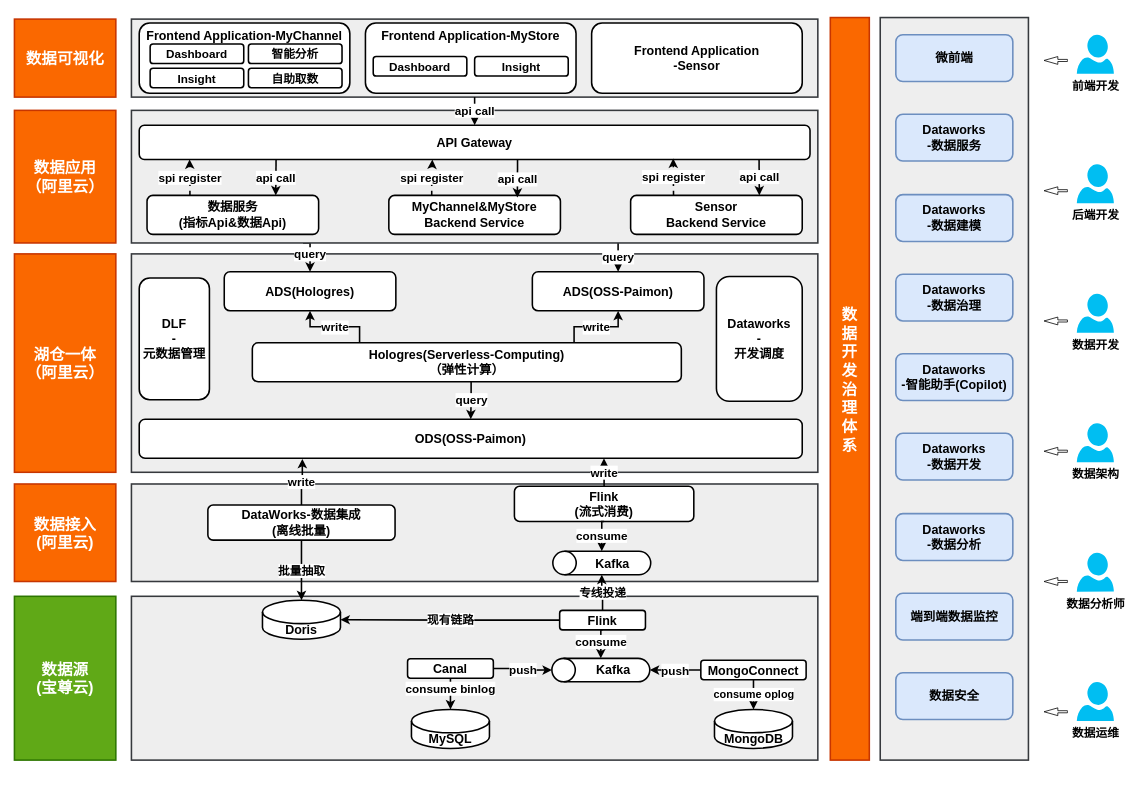
Before: page "Apple-future-architecture-batch" (13 of 18) of indicator-platform.drawio in jackie-thank/beego-authz, a draw.io diagram. Source tidied: cells renumbered, new cells numbered last; positions are measured from the earlier drawing's top-left corner, leaving out a move shared by most shapes. Both pictures are drawn from the tidied source at 78%, with x=0, y=0 at pixel (14, 17).
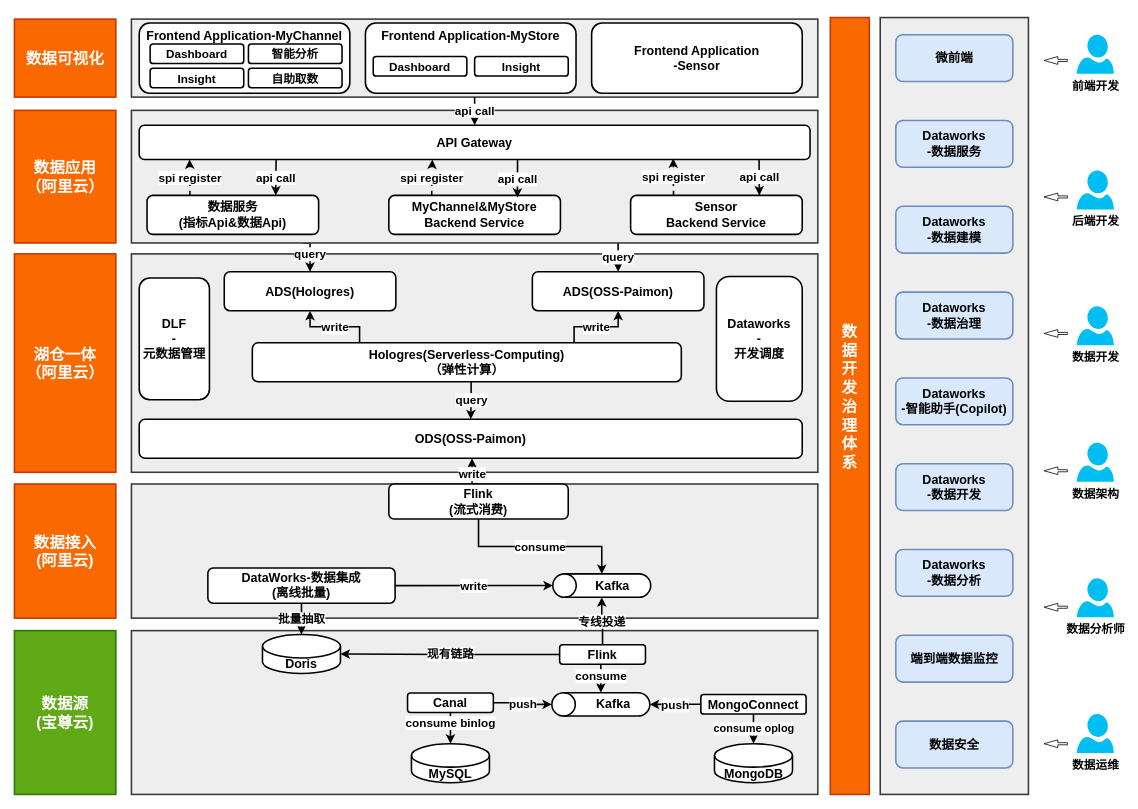
Above is the later version.

Unchanged cells that the change refers to:
```xml
<mxCell id="6" value="&lt;div&gt;ODS(OSS-Paimon)&lt;/div&gt;" style="rounded=1;whiteSpace=wrap;html=1;strokeWidth=2;fontSize=16;fontStyle=1;" parent="1" vertex="1">
  <mxGeometry x="160" y="515" width="850" height="50" as="geometry" />
</mxCell>
```

What changed in the source:
```diff
@@
     <mxCell id="2" style="rounded=0;whiteSpace=wrap;html=1;strokeWidth=2;fillColor=#eeeeee;strokeColor=#36393d;" parent="1" vertex="1">
-      <mxGeometry x="1110" width="190" height="952" as="geometry" />
+      <mxGeometry x="1110" width="190" height="996" as="geometry" />
     </mxCell>
@@
     <mxCell id="4" style="rounded=0;whiteSpace=wrap;html=1;strokeWidth=2;fillColor=#eeeeee;strokeColor=#36393d;" parent="1" vertex="1">
-      <mxGeometry x="150" y="742" width="880" height="210" as="geometry" />
+      <mxGeometry x="150" y="786" width="880" height="210" as="geometry" />
     </mxCell>
@@
     <mxCell id="8" value="&lt;div style=&quot;font-size: 20px;&quot;&gt;数据源&lt;/div&gt;&lt;div style=&quot;font-size: 20px;&quot;&gt;(宝尊云)&lt;br style=&quot;font-size: 20px;&quot;&gt;&lt;/div&gt;" style="rounded=0;whiteSpace=wrap;html=1;strokeWidth=2;fontStyle=1;fontSize=20;fillColor=#60a917;fontColor=#ffffff;strokeColor=#2D7600;" parent="1" vertex="1">
-      <mxGeometry y="742" width="130" height="210" as="geometry" />
+      <mxGeometry y="786" width="130" height="210" as="geometry" />
     </mxCell>
     <mxCell id="9" value="&lt;div style=&quot;font-size: 20px;&quot;&gt;数据接入&lt;/div&gt;&lt;div style=&quot;font-size: 20px;&quot;&gt;(阿里云)&lt;br&gt;&lt;/div&gt;" style="rounded=0;whiteSpace=wrap;html=1;strokeWidth=2;fontStyle=1;fontSize=20;fillColor=#fa6800;fontColor=#FFFFFF;strokeColor=#C73500;" parent="1" vertex="1">
-      <mxGeometry y="598" width="130" height="125" as="geometry" />
+      <mxGeometry y="598" width="130" height="172" as="geometry" />
     </mxCell>
@@
     <mxCell id="16" style="rounded=0;whiteSpace=wrap;html=1;strokeWidth=2;fillColor=#eeeeee;strokeColor=#36393d;" parent="1" vertex="1">
-      <mxGeometry x="150" y="598" width="880" height="125" as="geometry" />
+      <mxGeometry x="150" y="598" width="880" height="172" as="geometry" />
     </mxCell>
@@
     <mxCell id="23" value="&lt;div style=&quot;font-size: 20px;&quot;&gt;数&lt;/div&gt;&lt;div style=&quot;font-size: 20px;&quot;&gt;据&lt;/div&gt;&lt;div style=&quot;font-size: 20px;&quot;&gt;开&lt;/div&gt;&lt;div style=&quot;font-size: 20px;&quot;&gt;发&lt;br&gt;&lt;/div&gt;&lt;div style=&quot;font-size: 20px;&quot;&gt;治&lt;/div&gt;&lt;div style=&quot;font-size: 20px;&quot;&gt;理&lt;/div&gt;&lt;div style=&quot;font-size: 20px;&quot;&gt;体&lt;/div&gt;&lt;div style=&quot;font-size: 20px;&quot;&gt;系&lt;/div&gt;&lt;div style=&quot;font-size: 20px;&quot;&gt;&lt;br&gt;&lt;/div&gt;" style="rounded=0;whiteSpace=wrap;html=1;strokeWidth=2;fontSize=20;fontStyle=1;fillColor=#fa6800;fontColor=#FFFFFF;strokeColor=#C73500;" parent="1" vertex="1">
-      <mxGeometry x="1046" width="50" height="952" as="geometry" />
+      <mxGeometry x="1046" width="50" height="996" as="geometry" />
     </mxCell>
     <mxCell id="24" value="&lt;div&gt;DataWorks-数据集成&lt;/div&gt;&lt;div&gt;(离线批量)&lt;br&gt;&lt;/div&gt;" style="rounded=1;whiteSpace=wrap;html=1;strokeWidth=2;fontSize=16;fontStyle=1;" parent="1" vertex="1">
-      <mxGeometry x="248" y="625" width="240" height="45" as="geometry" />
+      <mxGeometry x="248" y="705.8" width="240" height="45" as="geometry" />
     </mxCell>
@@
     <mxCell id="27" value="&lt;div&gt;Dataworks&lt;/div&gt;&lt;div&gt;-数据治理&lt;br&gt;&lt;/div&gt;" style="rounded=1;whiteSpace=wrap;html=1;strokeWidth=2;fontSize=16;fontStyle=1;flipV=0;fillColor=#dae8fc;strokeColor=#6c8ebf;" parent="1" vertex="1">
-      <mxGeometry x="1130" y="329" width="150" height="60" as="geometry" />
+      <mxGeometry x="1130" y="352" width="150" height="60" as="geometry" />
     </mxCell>
     <mxCell id="28" value="&lt;div&gt;Dataworks&lt;/div&gt;&lt;div&gt;-数据服务&lt;/div&gt;" style="rounded=1;whiteSpace=wrap;html=1;strokeWidth=2;fontSize=16;fontStyle=1;flipV=0;fillColor=#dae8fc;strokeColor=#6c8ebf;" parent="1" vertex="1">
-      <mxGeometry x="1130" y="124" width="150" height="60" as="geometry" />
+      <mxGeometry x="1130" y="132" width="150" height="60" as="geometry" />
     </mxCell>
@@
-    <mxCell id="30" value="write" style="edgeStyle=orthogonalEdgeStyle;rounded=0;jettySize=auto;html=1;exitX=0.5;exitY=0;exitDx=0;exitDy=0;entryX=0.701;entryY=1.002;entryDx=0;entryDy=0;strokeWidth=2;entryPerimeter=0;fontSize=15;fontStyle=1;" parent="1" edge="1" source="31" target="6">
+    <mxCell id="30" value="write" style="edgeStyle=orthogonalEdgeStyle;rounded=0;jettySize=auto;html=1;exitX=0.5;exitY=0;exitDx=0;exitDy=0;entryX=0.502;entryY=1.001;entryDx=0;entryDy=0;strokeWidth=2;entryPerimeter=0;fontSize=15;fontStyle=1;" parent="1" edge="1" source="31" target="6">
       <mxGeometry relative="1" as="geometry" />
     </mxCell>
     <mxCell id="31" value="&lt;div&gt;Flink&lt;/div&gt;&lt;div&gt;(流式消费)&lt;br&gt;&lt;/div&gt;" style="rounded=1;whiteSpace=wrap;html=1;strokeWidth=2;fontSize=16;fontStyle=1;" parent="1" vertex="1">
-      <mxGeometry x="641" y="601" width="230" height="45" as="geometry" />
+      <mxGeometry x="480" y="598" width="230" height="45" as="geometry" />
     </mxCell>
     <mxCell id="32" value="端到端数据监控" style="rounded=1;whiteSpace=wrap;html=1;strokeWidth=2;fontSize=16;fontStyle=1;flipV=0;fillColor=#dae8fc;strokeColor=#6c8ebf;" parent="1" vertex="1">
-      <mxGeometry x="1130" y="738" width="150" height="60" as="geometry" />
+      <mxGeometry x="1130" y="792" width="150" height="60" as="geometry" />
     </mxCell>
     <mxCell id="33" value="&lt;div&gt;Dataworks&lt;/div&gt;&lt;div&gt;-数据开发&lt;br&gt;&lt;/div&gt;" style="rounded=1;whiteSpace=wrap;html=1;strokeWidth=2;fontSize=16;fontStyle=1;flipV=0;fillColor=#dae8fc;strokeColor=#6c8ebf;" parent="1" vertex="1">
-      <mxGeometry x="1130" y="533" width="150" height="60" as="geometry" />
+      <mxGeometry x="1130" y="572" width="150" height="60" as="geometry" />
     </mxCell>
     <mxCell id="34" value="&lt;div&gt;Dataworks&lt;/div&gt;&lt;div&gt;-数据分析&lt;br&gt;&lt;/div&gt;" style="rounded=1;whiteSpace=wrap;html=1;strokeWidth=2;fontSize=16;fontStyle=1;flipV=0;fillColor=#dae8fc;strokeColor=#6c8ebf;" parent="1" vertex="1">
-      <mxGeometry x="1130" y="636" width="150" height="60" as="geometry" />
+      <mxGeometry x="1130" y="682" width="150" height="60" as="geometry" />
     </mxCell>
     <mxCell id="35" value="&lt;div&gt;Dataworks&lt;/div&gt;&lt;div&gt;-数据建模&lt;br&gt;&lt;/div&gt;" style="rounded=1;whiteSpace=wrap;html=1;strokeWidth=2;fontSize=16;fontStyle=1;flipV=0;fillColor=#dae8fc;strokeColor=#6c8ebf;" parent="1" vertex="1">
-      <mxGeometry x="1130" y="227" width="150" height="60" as="geometry" />
+      <mxGeometry x="1130" y="242" width="150" height="60" as="geometry" />
     </mxCell>
     <mxCell id="36" value="数据安全" style="rounded=1;whiteSpace=wrap;html=1;strokeWidth=2;fontSize=16;fontStyle=1;flipV=0;fillColor=#dae8fc;strokeColor=#6c8ebf;" parent="1" vertex="1">
-      <mxGeometry x="1130" y="840" width="150" height="60" as="geometry" />
+      <mxGeometry x="1130" y="902" width="150" height="60" as="geometry" />
     </mxCell>
@@
     <mxCell id="38" value="后端开发" style="verticalLabelPosition=bottom;html=1;verticalAlign=top;align=center;strokeColor=none;fillColor=#00BEF2;shape=mxgraph.azure.user;fontSize=15;fontStyle=1;" parent="1" vertex="1">
-      <mxGeometry x="1362" y="188" width="47.5" height="50" as="geometry" />
+      <mxGeometry x="1362" y="196" width="47.5" height="50" as="geometry" />
     </mxCell>
     <mxCell id="39" value="数据分析师" style="verticalLabelPosition=bottom;html=1;verticalAlign=top;align=center;strokeColor=none;fillColor=#00BEF2;shape=mxgraph.azure.user;fontSize=15;fontStyle=1;" parent="1" vertex="1">
-      <mxGeometry x="1362" y="686" width="47.5" height="50" as="geometry" />
+      <mxGeometry x="1362" y="719" width="47.5" height="50" as="geometry" />
     </mxCell>
     <mxCell id="40" value="数据架构" style="verticalLabelPosition=bottom;html=1;verticalAlign=top;align=center;strokeColor=none;fillColor=#00BEF2;shape=mxgraph.azure.user;fontSize=15;fontStyle=1;" parent="1" vertex="1">
-      <mxGeometry x="1362" y="520" width="47.5" height="50" as="geometry" />
+      <mxGeometry x="1362" y="545" width="47.5" height="50" as="geometry" />
     </mxCell>
     <mxCell id="41" value="数据运维" style="verticalLabelPosition=bottom;html=1;verticalAlign=top;align=center;strokeColor=none;fillColor=#00BEF2;shape=mxgraph.azure.user;fontSize=15;fontStyle=1;" parent="1" vertex="1">
-      <mxGeometry x="1362" y="852" width="47.5" height="50" as="geometry" />
+      <mxGeometry x="1362" y="893" width="47.5" height="50" as="geometry" />
     </mxCell>
@@
     <mxCell id="46" value="数据开发" style="verticalLabelPosition=bottom;html=1;verticalAlign=top;align=center;strokeColor=none;fillColor=#00BEF2;shape=mxgraph.azure.user;fontSize=15;fontStyle=1;" parent="1" vertex="1">
-      <mxGeometry x="1362" y="354" width="47.5" height="50" as="geometry" />
+      <mxGeometry x="1362" y="370" width="47.5" height="50" as="geometry" />
     </mxCell>
@@
     <mxCell id="48" style="html=1;shadow=0;dashed=0;align=center;verticalAlign=middle;shape=mxgraph.arrows2.arrow;dy=0.73;dx=17.67;flipH=1;notch=0;" parent="1" vertex="1">
-      <mxGeometry x="1320" y="217" width="30" height="10" as="geometry" />
+      <mxGeometry x="1320" y="225" width="30" height="10" as="geometry" />
     </mxCell>
     <mxCell id="49" style="html=1;shadow=0;dashed=0;align=center;verticalAlign=middle;shape=mxgraph.arrows2.arrow;dy=0.73;dx=17.67;flipH=1;notch=0;" parent="1" vertex="1">
-      <mxGeometry x="1320" y="384" width="30" height="10" as="geometry" />
+      <mxGeometry x="1320" y="400" width="30" height="10" as="geometry" />
     </mxCell>
     <mxCell id="50" style="html=1;shadow=0;dashed=0;align=center;verticalAlign=middle;shape=mxgraph.arrows2.arrow;dy=0.73;dx=17.67;flipH=1;notch=0;" parent="1" vertex="1">
-      <mxGeometry x="1320" y="551" width="30" height="10" as="geometry" />
+      <mxGeometry x="1320" y="576" width="30" height="10" as="geometry" />
     </mxCell>
     <mxCell id="51" style="html=1;shadow=0;dashed=0;align=center;verticalAlign=middle;shape=mxgraph.arrows2.arrow;dy=0.73;dx=17.67;flipH=1;notch=0;" parent="1" vertex="1">
-      <mxGeometry x="1320" y="718" width="30" height="10" as="geometry" />
+      <mxGeometry x="1320" y="751" width="30" height="10" as="geometry" />
     </mxCell>
     <mxCell id="52" style="html=1;shadow=0;dashed=0;align=center;verticalAlign=middle;shape=mxgraph.arrows2.arrow;dy=0.73;dx=17.67;flipH=1;notch=0;" parent="1" vertex="1">
-      <mxGeometry x="1320" y="885" width="30" height="10" as="geometry" />
+      <mxGeometry x="1320" y="926" width="30" height="10" as="geometry" />
     </mxCell>
     <mxCell id="53" value="&lt;div&gt;Dataworks&lt;/div&gt;&lt;div&gt;-智能助手(Copilot)&lt;br&gt;&lt;/div&gt;" style="rounded=1;whiteSpace=wrap;html=1;strokeWidth=2;fontSize=16;fontStyle=1;flipV=0;fillColor=#dae8fc;strokeColor=#6c8ebf;" parent="1" vertex="1">
-      <mxGeometry x="1130" y="431" width="150" height="60" as="geometry" />
+      <mxGeometry x="1130" y="462" width="150" height="60" as="geometry" />
     </mxCell>
@@
-    <mxCell id="59" value="write" style="edgeStyle=orthogonalEdgeStyle;rounded=0;jettySize=auto;html=1;exitX=0.5;exitY=0;exitDx=0;exitDy=0;entryX=0.246;entryY=1.016;entryDx=0;entryDy=0;entryPerimeter=0;strokeWidth=2;fontSize=15;fontStyle=1;" parent="1" edge="1" source="24" target="6">
+    <mxCell id="59" value="write" style="edgeStyle=orthogonalEdgeStyle;rounded=0;jettySize=auto;html=1;exitX=1;exitY=0.5;exitDx=0;exitDy=0;entryX=0.5;entryY=0;entryDx=0;entryDy=0;entryPerimeter=0;strokeWidth=2;fontSize=15;fontStyle=1;" parent="1" edge="1" source="24" target="81">
       <mxGeometry relative="1" as="geometry" />
     </mxCell>
     <mxCell id="60" value="MySQL" style="shape=cylinder3;whiteSpace=wrap;html=1;boundedLbl=1;backgroundOutline=1;size=15;fontSize=16;fontStyle=1;strokeWidth=2;" parent="1" vertex="1">
-      <mxGeometry x="509" y="887" width="100" height="50" as="geometry" />
+      <mxGeometry x="509" y="931" width="100" height="50" as="geometry" />
     </mxCell>
     <mxCell id="61" value="MongoDB" style="shape=cylinder3;whiteSpace=wrap;html=1;boundedLbl=1;backgroundOutline=1;size=15;fontSize=16;fontStyle=1;strokeWidth=2;" parent="1" vertex="1">
-      <mxGeometry x="897.5" y="887" width="100" height="50" as="geometry" />
+      <mxGeometry x="897.5" y="931" width="100" height="50" as="geometry" />
     </mxCell>
     <mxCell id="62" style="shape=cylinder3;whiteSpace=wrap;html=1;boundedLbl=1;backgroundOutline=1;size=15;fontSize=16;fontStyle=1;strokeWidth=2;rotation=-90;" parent="1" vertex="1">
-      <mxGeometry x="736.8" y="773.8" width="30" height="125.5" as="geometry" />
+      <mxGeometry x="736.8" y="817.8" width="30" height="125.5" as="geometry" />
     </mxCell>
     <mxCell id="63" value="Kafka" style="text;html=1;align=center;verticalAlign=middle;whiteSpace=wrap;rounded=0;fontSize=16;fontStyle=1;" parent="1" vertex="1">
-      <mxGeometry x="727" y="829" width="82" height="14.5" as="geometry" />
+      <mxGeometry x="727" y="873" width="82" height="14.5" as="geometry" />
     </mxCell>
@@
     <mxCell id="67" value="Flink" style="rounded=1;whiteSpace=wrap;html=1;strokeWidth=2;fontSize=16;fontStyle=1;" parent="1" vertex="1">
-      <mxGeometry x="699" y="760" width="110" height="25" as="geometry" />
+      <mxGeometry x="699" y="804" width="110" height="25" as="geometry" />
     </mxCell>
@@
     <mxCell id="79" value="Canal" style="rounded=1;whiteSpace=wrap;html=1;strokeWidth=2;fontSize=16;fontStyle=1;" parent="1" vertex="1">
-      <mxGeometry x="504" y="822" width="110" height="25" as="geometry" />
+      <mxGeometry x="504" y="866" width="110" height="25" as="geometry" />
     </mxCell>
@@
     <mxCell id="81" style="shape=cylinder3;whiteSpace=wrap;html=1;boundedLbl=1;backgroundOutline=1;size=15;fontSize=16;fontStyle=1;strokeWidth=2;rotation=-90;" parent="1" vertex="1">
-      <mxGeometry x="738" y="636.5" width="30" height="125.5" as="geometry" />
+      <mxGeometry x="738" y="665.5" width="30" height="125.5" as="geometry" />
     </mxCell>
     <mxCell id="82" value="Doris" style="shape=cylinder3;whiteSpace=wrap;html=1;boundedLbl=1;backgroundOutline=1;size=15;fontSize=16;fontStyle=1;strokeWidth=2;" parent="1" vertex="1">
-      <mxGeometry x="318" y="747" width="100" height="50" as="geometry" />
+      <mxGeometry x="318" y="791" width="100" height="50" as="geometry" />
     </mxCell>
-    <mxCell id="83" value="批量抽取" style="edgeStyle=orthogonalEdgeStyle;rounded=0;jettySize=auto;html=1;exitX=0.5;exitY=1;exitDx=0;exitDy=0;entryX=0.5;entryY=0;entryDx=0;entryDy=0;entryPerimeter=0;strokeWidth=2;fontSize=15;fontStyle=1;" parent="1" edge="1" source="24" target="82">
+    <mxCell id="83" value="批量抽取" style="edgeStyle=orthogonalEdgeStyle;rounded=0;jettySize=auto;html=1;entryX=0.5;entryY=0;entryDx=0;entryDy=0;entryPerimeter=0;strokeWidth=2;fontSize=15;fontStyle=1;" parent="1" edge="1" source="24" target="82">
       <mxGeometry relative="1" as="geometry" />
     </mxCell>
-    <mxCell id="84" value="consume" style="edgeStyle=orthogonalEdgeStyle;rounded=0;jettySize=auto;html=1;exitX=0.5;exitY=1;exitDx=0;exitDy=0;entryX=1;entryY=0.5;entryDx=0;entryDy=0;entryPerimeter=0;strokeWidth=2;fontSize=15;fontStyle=1;" parent="1" edge="1" source="31" target="81">
+    <mxCell id="84" value="consume" style="edgeStyle=orthogonalEdgeStyle;rounded=0;jettySize=auto;html=1;entryX=1;entryY=0.5;entryDx=0;entryDy=0;entryPerimeter=0;strokeWidth=2;fontSize=15;fontStyle=1;" parent="1" edge="1" source="31" target="81">
       <mxGeometry relative="1" as="geometry" />
     </mxCell>
     <mxCell id="85" value="Kafka" style="text;html=1;align=center;verticalAlign=middle;whiteSpace=wrap;rounded=0;fontSize=16;fontStyle=1;" parent="1" vertex="1">
-      <mxGeometry x="726" y="692.5" width="82" height="14.5" as="geometry" />
+      <mxGeometry x="726" y="721.5" width="82" height="14.5" as="geometry" />
     </mxCell>
     <mxCell id="86" value="MongoConnect" style="rounded=1;whiteSpace=wrap;html=1;strokeWidth=2;fontSize=16;fontStyle=1;" parent="1" vertex="1">
-      <mxGeometry x="880" y="824" width="135" height="25" as="geometry" />
+      <mxGeometry x="880" y="868" width="135" height="25" as="geometry" />
     </mxCell>
```
